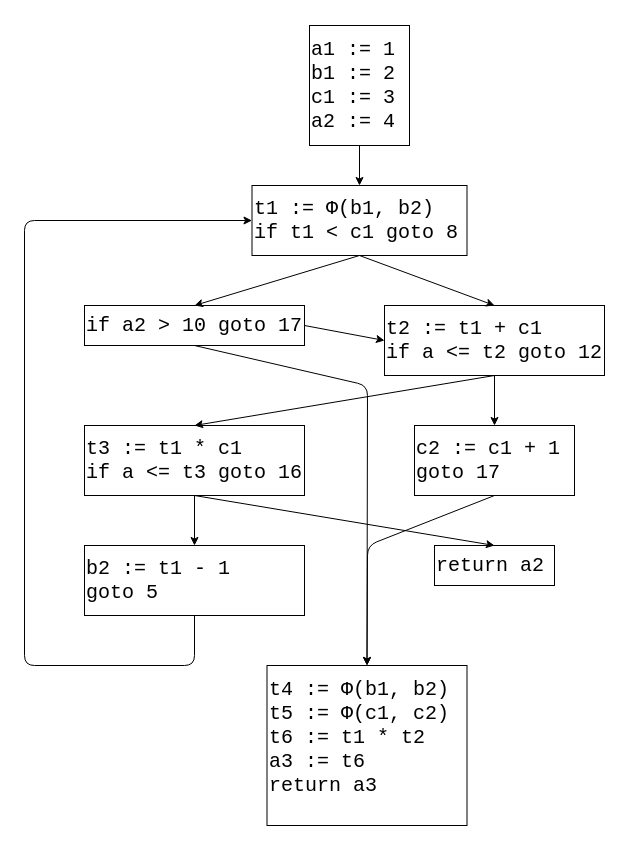
KockaAdmiralac/ETF keeps this draw.io diagram as PP/PPR januar 2022 zadatak 6.drawio. Above is the earlier version. Source tidied: cells renumbered, new cells numbered last; positions are measured from the earlier drawing's top-left corner, leaving out a move shared by most shapes. Both pictures are drawn from the tidied source at 100%, with x=0, y=0 at pixel (24, 25).
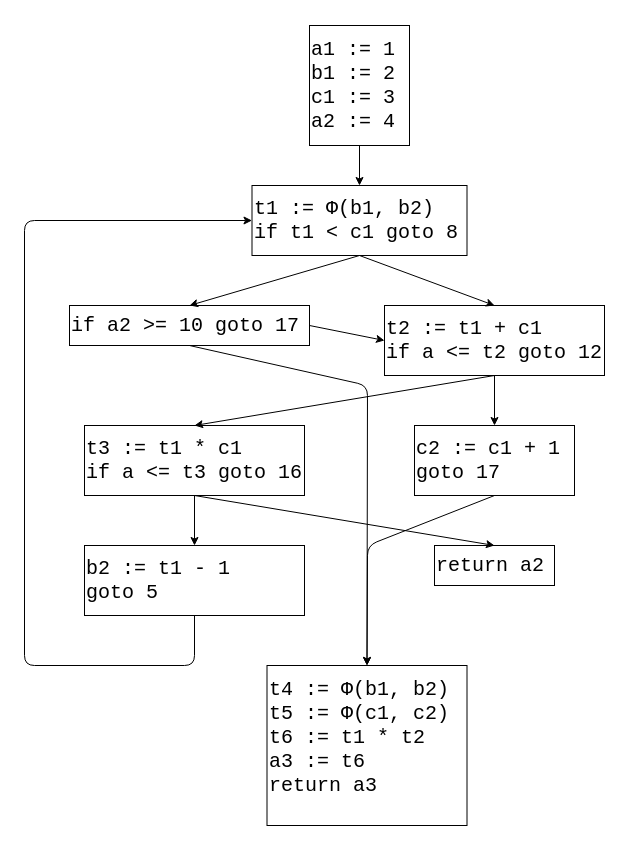
The same diagram, later.

Commit message (it also covers changes not shown here):
PPR: Diagram fixes.

The edit, as a diff of the source:
```diff
@@
-    <mxCell id="7" value="&lt;pre&gt;&lt;span style=&quot;font-size: 20px&quot;&gt;if a2 &amp;gt; 10 goto 17&lt;/span&gt;&lt;br&gt;&lt;/pre&gt;" style="rounded=0;whiteSpace=wrap;html=1;align=left;" parent="1" vertex="1">
-      <mxGeometry x="60" y="280" width="220" height="40" as="geometry" />
+    <mxCell id="7" value="&lt;pre&gt;&lt;span style=&quot;font-size: 20px&quot;&gt;if a2 &amp;gt;= 10 goto 17&lt;/span&gt;&lt;br&gt;&lt;/pre&gt;" style="rounded=0;whiteSpace=wrap;html=1;align=left;" parent="1" vertex="1">
+      <mxGeometry x="45" y="280" width="240" height="40" as="geometry" />
     </mxCell>
```
